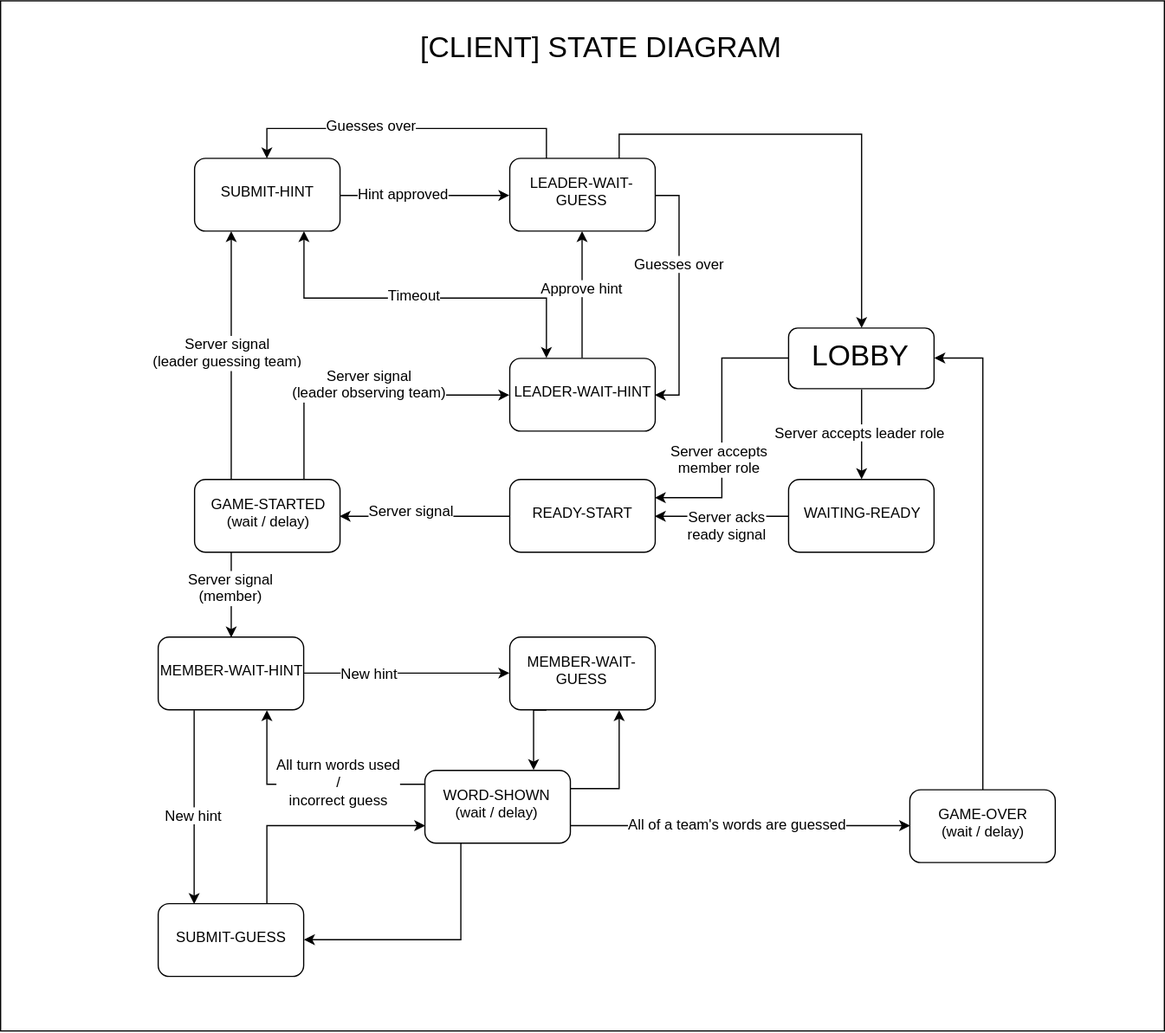
dasanchez/mindfields keeps this draw.io diagram as docs/UML/client/client-states.svg. Above is the earlier version. Source tidied: cells renumbered, new cells last; positions are measured from the earlier drawing's top-left corner, leaving out a move shared by most shapes.
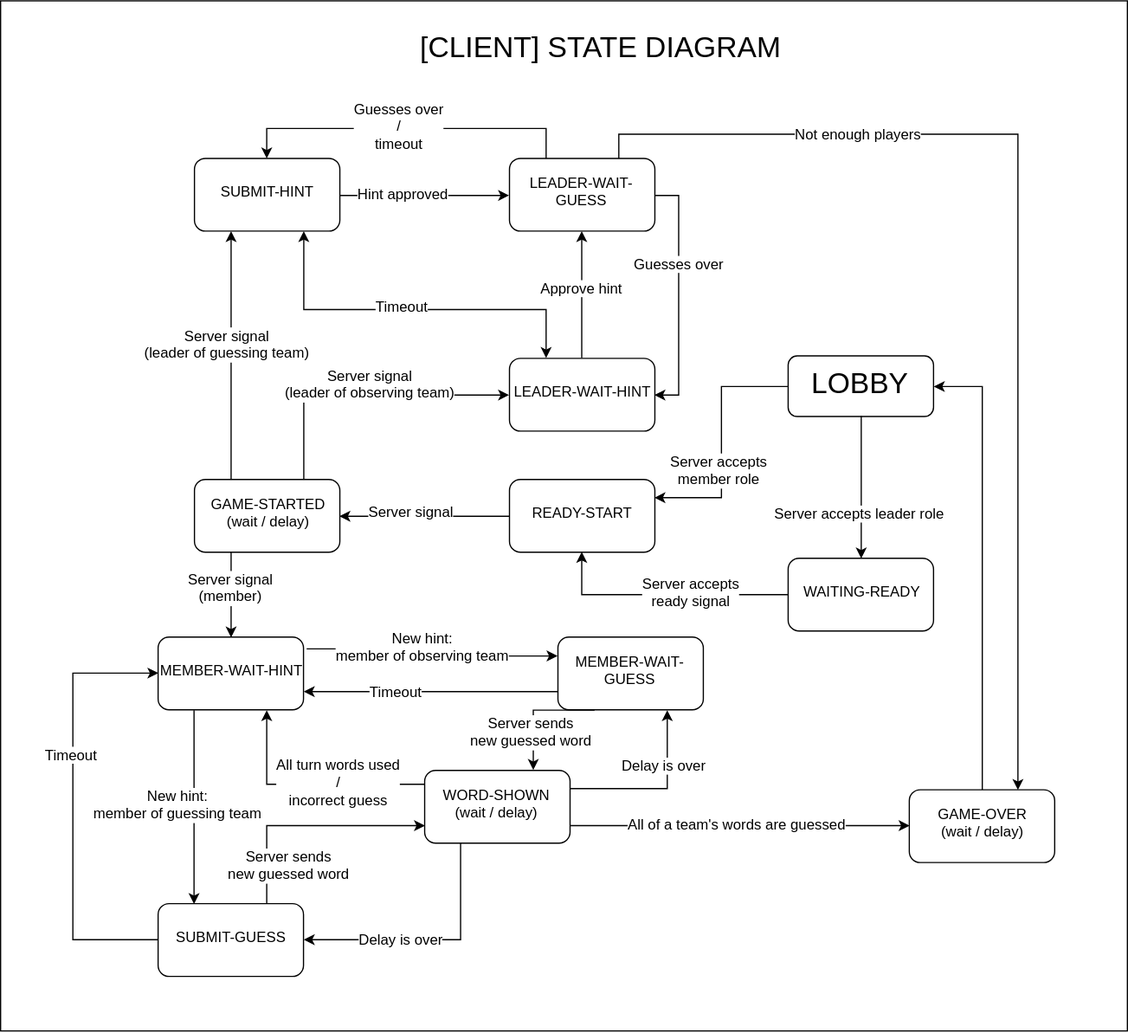
The same file after the commit.

Commit message:
Updated client states diagram

The edit, as a diff of the source:
```diff
@@ -3,7 +3,7 @@
     <mxCell id="0" />
     <mxCell id="1" parent="0" />
     <mxCell id="2" style="rounded=0;whiteSpace=wrap;html=1;fontSize=24;" parent="1" vertex="1">
-      <mxGeometry width="960" height="850" as="geometry" />
+      <mxGeometry width="930" height="850" as="geometry" />
     </mxCell>
     <mxCell id="3" style="edgeStyle=orthogonalEdgeStyle;rounded=0;html=1;exitX=0;exitY=0.5;entryX=1;entryY=0.25;startArrow=none;startFill=0;jettySize=auto;fontSize=12;" parent="1" edge="1" source="5" target="19">
       <mxGeometry relative="1" as="geometry" />
@@ -12,13 +12,13 @@
       <mxGeometry x="0.24" y="-2" relative="1" as="geometry" />
     </mxCell>
     <mxCell id="5" value="&lt;font style=&quot;font-size: 24px&quot;&gt;LOBBY&lt;/font&gt;" style="rounded=1;whiteSpace=wrap;html=1;" parent="1" vertex="1">
-      <mxGeometry x="650" y="270" width="120" height="50" as="geometry" />
+      <mxGeometry x="650" y="293" width="120" height="50" as="geometry" />
     </mxCell>
     <mxCell id="6" value="[CLIENT] STATE DIAGRAM" style="text;html=1;strokeColor=none;fillColor=none;align=center;verticalAlign=middle;whiteSpace=wrap;rounded=0;fontSize=24;" parent="1" vertex="1">
       <mxGeometry x="330" y="25" width="330" height="30" as="geometry" />
     </mxCell>
-    <mxCell id="7" value="Server signal&lt;br&gt;(leader guessing team)" style="edgeStyle=orthogonalEdgeStyle;rounded=0;html=1;exitX=0.25;exitY=0;entryX=0.25;entryY=1;jettySize=auto;fontSize=12;" parent="1" edge="1" source="12" target="15">
-      <mxGeometry relative="1" as="geometry" />
+    <mxCell id="7" value="Server signal&lt;br&gt;(leader of guessing team)" style="edgeStyle=orthogonalEdgeStyle;rounded=0;html=1;exitX=0.25;exitY=0;entryX=0.25;entryY=1;jettySize=auto;fontSize=12;" parent="1" edge="1" source="12" target="15">
+      <mxGeometry x="0.07" relative="1" as="geometry" />
     </mxCell>
     <mxCell id="8" style="edgeStyle=orthogonalEdgeStyle;rounded=0;html=1;exitX=0.25;exitY=1;entryX=0.5;entryY=0;jettySize=auto;fontSize=12;" parent="1" edge="1" source="12" target="27">
       <mxGeometry relative="1" as="geometry" />
@@ -31,7 +31,7 @@
     <mxCell id="10" style="edgeStyle=orthogonalEdgeStyle;rounded=0;html=1;exitX=0.75;exitY=0;entryX=0;entryY=0.5;jettySize=auto;fontSize=12;" parent="1" edge="1" source="12" target="32">
       <mxGeometry relative="1" as="geometry" />
     </mxCell>
-    <mxCell id="11" value="Server signal&lt;br&gt;(leader observing team)" style="text;html=1;align=center;verticalAlign=middle;labelBackgroundColor=#ffffff;fontSize=12;" parent="10" vertex="1">
+    <mxCell id="11" value="Server signal&lt;br&gt;(leader of observing team)" style="text;html=1;align=center;verticalAlign=middle;labelBackgroundColor=#ffffff;fontSize=12;" parent="10" vertex="1">
       <mxGeometry x="0.01" y="-2" relative="1" as="geometry">
         <mxPoint x="5.5" y="-9.5" as="offset" />
       </mxGeometry>
@@ -48,8 +48,11 @@
     <mxCell id="15" value="SUBMIT-HINT" style="rounded=1;whiteSpace=wrap;html=1;" parent="1" vertex="1">
       <mxGeometry x="160" y="130" width="120" height="60" as="geometry" />
     </mxCell>
-    <mxCell id="16" value="Server accepts leader role" style="edgeStyle=orthogonalEdgeStyle;rounded=0;html=1;exitX=0.5;exitY=1;entryX=0.5;entryY=0;jettySize=auto;fontSize=12;" parent="1" edge="1" source="5" target="22">
-      <mxGeometry relative="1" as="geometry" />
+    <mxCell id="16" value="Server accepts leader role" style="edgeStyle=orthogonalEdgeStyle;rounded=0;html=1;exitX=0.5;exitY=1;entryX=0.5;entryY=0;jettySize=auto;orthogonalLoop=1;fontSize=12;" parent="1" edge="1">
+      <mxGeometry x="0.4" relative="1" as="geometry">
+        <mxPoint x="710.3" y="342.7" as="sourcePoint" />
+        <mxPoint x="710.3" y="460.2" as="targetPoint" />
+      </mxGeometry>
     </mxCell>
     <mxCell id="17" style="edgeStyle=orthogonalEdgeStyle;rounded=0;html=1;exitX=0;exitY=0.5;entryX=1;entryY=0.5;startArrow=none;startFill=0;jettySize=auto;fontSize=12;" parent="1" edge="1" source="19" target="12">
       <mxGeometry relative="1" as="geometry" />
@@ -60,29 +63,31 @@
     <mxCell id="19" value="READY-START" style="rounded=1;whiteSpace=wrap;html=1;" parent="1" vertex="1">
       <mxGeometry x="420" y="395" width="120" height="60" as="geometry" />
     </mxCell>
-    <mxCell id="20" style="edgeStyle=orthogonalEdgeStyle;rounded=0;html=1;exitX=0;exitY=0.5;entryX=1;entryY=0.5;startArrow=none;startFill=0;jettySize=auto;fontSize=12;" parent="1" edge="1" source="22" target="19">
+    <mxCell id="20" style="edgeStyle=orthogonalEdgeStyle;rounded=0;html=1;exitX=0;exitY=0.5;entryX=0.5;entryY=1;startArrow=none;startFill=0;jettySize=auto;fontSize=12;" parent="1" edge="1" source="22" target="19">
       <mxGeometry relative="1" as="geometry" />
     </mxCell>
-    <mxCell id="21" value="Server acks&lt;br&gt;ready signal" style="text;html=1;align=center;verticalAlign=middle;labelBackgroundColor=#ffffff;fontSize=12;" parent="20" vertex="1">
+    <mxCell id="21" value="Server accepts&lt;br&gt;ready signal" style="text;html=1;align=center;verticalAlign=middle;labelBackgroundColor=#ffffff;fontSize=12;" parent="20" vertex="1">
       <mxGeometry x="-0.33" y="6" relative="1" as="geometry">
-        <mxPoint x="-13" y="4" as="offset" />
+        <mxPoint x="-11" y="-6" as="offset" />
       </mxGeometry>
     </mxCell>
     <mxCell id="22" value="WAITING-READY" style="rounded=1;whiteSpace=wrap;html=1;" parent="1" vertex="1">
-      <mxGeometry x="650" y="395" width="120" height="60" as="geometry" />
+      <mxGeometry x="650" y="460" width="120" height="60" as="geometry" />
     </mxCell>
-    <mxCell id="23" style="edgeStyle=orthogonalEdgeStyle;rounded=0;html=1;exitX=1;exitY=0.5;entryX=0;entryY=0.5;startArrow=none;startFill=0;jettySize=auto;fontSize=12;" parent="1" edge="1" source="27" target="42">
+    <mxCell id="23" style="edgeStyle=orthogonalEdgeStyle;rounded=0;html=1;exitX=1.017;exitY=0.169;entryX=0;entryY=0.25;startArrow=none;startFill=0;jettySize=auto;fontSize=12;exitPerimeter=0;" parent="1" edge="1" source="27" target="42">
       <mxGeometry relative="1" as="geometry" />
     </mxCell>
-    <mxCell id="24" value="New hint" style="text;html=1;align=center;verticalAlign=middle;labelBackgroundColor=#ffffff;fontSize=12;" parent="23" vertex="1">
-      <mxGeometry x="-0.36" y="-2" relative="1" as="geometry" />
+    <mxCell id="24" value="New hint:&lt;br&gt;member of observing team" style="text;html=1;align=center;verticalAlign=middle;labelBackgroundColor=#ffffff;fontSize=12;" parent="23" vertex="1">
+      <mxGeometry x="-0.36" y="-2" relative="1" as="geometry">
+        <mxPoint x="29.5" y="-2" as="offset" />
+      </mxGeometry>
     </mxCell>
     <mxCell id="25" style="edgeStyle=orthogonalEdgeStyle;rounded=0;html=1;exitX=0.25;exitY=1;entryX=0.25;entryY=0;startArrow=none;startFill=0;jettySize=auto;fontSize=12;" parent="1" edge="1" source="27" target="40">
       <mxGeometry relative="1" as="geometry" />
     </mxCell>
-    <mxCell id="26" value="New hint" style="text;html=1;align=center;verticalAlign=middle;labelBackgroundColor=#ffffff;fontSize=12;" parent="25" vertex="1">
+    <mxCell id="26" value="New hint:&lt;br&gt;member of guessing team" style="text;html=1;align=center;verticalAlign=middle;labelBackgroundColor=#ffffff;fontSize=12;" parent="25" vertex="1">
       <mxGeometry y="3" relative="1" as="geometry">
-        <mxPoint x="-3" y="8" as="offset" />
+        <mxPoint x="-13" as="offset" />
       </mxGeometry>
     </mxCell>
     <mxCell id="27" value="MEMBER-WAIT-HINT" style="rounded=1;whiteSpace=wrap;html=1;" parent="1" vertex="1">
@@ -99,8 +104,8 @@
     <mxCell id="30" style="edgeStyle=orthogonalEdgeStyle;rounded=0;html=1;exitX=0.25;exitY=0;jettySize=auto;fontSize=12;startArrow=classic;startFill=1;entryX=0.75;entryY=1;" parent="1" edge="1" source="32" target="15">
       <mxGeometry relative="1" as="geometry">
         <Array as="points">
-          <mxPoint x="450" y="245" />
-          <mxPoint x="250" y="245" />
+          <mxPoint x="450" y="255" />
+          <mxPoint x="250" y="255" />
         </Array>
       </mxGeometry>
     </mxCell>
@@ -126,12 +131,17 @@
         </Array>
       </mxGeometry>
     </mxCell>
-    <mxCell id="36" value="Guesses over" style="text;html=1;align=center;verticalAlign=middle;labelBackgroundColor=#ffffff;fontSize=12;" parent="35" vertex="1">
-      <mxGeometry x="0.2" y="-1" relative="1" as="geometry" />
+    <mxCell id="36" value="Guesses over&lt;br&gt;/ &lt;br&gt;timeout" style="text;html=1;align=center;verticalAlign=middle;labelBackgroundColor=#ffffff;fontSize=12;" parent="35" vertex="1">
+      <mxGeometry x="0.2" y="-1" relative="1" as="geometry">
+        <mxPoint x="23" y="1" as="offset" />
+      </mxGeometry>
     </mxCell>
-    <mxCell id="37" style="edgeStyle=orthogonalEdgeStyle;rounded=0;html=1;exitX=0.75;exitY=0;entryX=0.5;entryY=0;startArrow=none;startFill=0;jettySize=auto;fontSize=12;" parent="1" edge="1" source="38" target="5">
-      <mxGeometry relative="1" as="geometry" />
-    </mxCell>
+    <mxCell id="52" style="edgeStyle=orthogonalEdgeStyle;rounded=0;html=1;exitX=0.75;exitY=0;entryX=0.75;entryY=0;startArrow=none;startFill=0;jettySize=auto;fontSize=12;" parent="1" edge="1" source="38" target="51">
+      <mxGeometry relative="1" as="geometry" />
+    </mxCell>
+    <mxCell id="53" value="Not enough players" style="text;html=1;align=center;verticalAlign=middle;labelBackgroundColor=#ffffff;fontSize=12;" parent="52" vertex="1">
+      <mxGeometry x="-0.51" y="-1" relative="1" as="geometry" />
+    </mxCell>
     <mxCell id="38" value="LEADER-WAIT-GUESS" style="rounded=1;whiteSpace=wrap;html=1;" parent="1" vertex="1">
       <mxGeometry x="420" y="130" width="120" height="60" as="geometry" />
     </mxCell>
@@ -142,6 +152,21 @@
         </Array>
       </mxGeometry>
     </mxCell>
+    <mxCell id="54" value="Server sends&lt;br&gt;new guessed word" style="text;html=1;align=center;verticalAlign=middle;labelBackgroundColor=#ffffff;fontSize=12;" parent="39" vertex="1">
+      <mxGeometry x="-0.35" y="-34" relative="1" as="geometry">
+        <mxPoint x="-14" y="33" as="offset" />
+      </mxGeometry>
+    </mxCell>
+    <mxCell id="55" value="Timeout" style="edgeStyle=orthogonalEdgeStyle;rounded=0;html=1;exitX=0;exitY=0.5;entryX=0;entryY=0.5;startArrow=none;startFill=0;jettySize=auto;orthogonalLoop=1;fontSize=12;" parent="1" edge="1">
+      <mxGeometry x="0.22" relative="1" as="geometry">
+        <mxPoint x="130.3" y="775.2" as="sourcePoint" />
+        <mxPoint x="130.3" y="555.2" as="targetPoint" />
+        <Array as="points">
+          <mxPoint x="60" y="775" />
+          <mxPoint x="60" y="555" />
+        </Array>
+      </mxGeometry>
+    </mxCell>
     <mxCell id="40" value="SUBMIT-GUESS" style="rounded=1;whiteSpace=wrap;html=1;" parent="1" vertex="1">
       <mxGeometry x="130" y="745" width="120" height="60" as="geometry" />
     </mxCell>
@@ -152,12 +177,28 @@
         </Array>
       </mxGeometry>
     </mxCell>
+    <mxCell id="56" value="Server sends&lt;br&gt;new guessed word" style="text;html=1;align=center;verticalAlign=middle;labelBackgroundColor=#ffffff;fontSize=12;" parent="41" vertex="1">
+      <mxGeometry x="-0.08" y="9" relative="1" as="geometry">
+        <mxPoint x="-4.5" y="10.5" as="offset" />
+      </mxGeometry>
+    </mxCell>
+    <mxCell id="57" style="edgeStyle=orthogonalEdgeStyle;rounded=0;html=1;exitX=0;exitY=0.75;entryX=1;entryY=0.75;startArrow=none;startFill=0;jettySize=auto;fontSize=12;" parent="1" edge="1" source="42" target="27">
+      <mxGeometry relative="1" as="geometry" />
+    </mxCell>
+    <mxCell id="58" value="Timeout" style="text;html=1;align=center;verticalAlign=middle;labelBackgroundColor=#ffffff;fontSize=12;" parent="57" vertex="1">
+      <mxGeometry x="0.27" y="1" relative="1" as="geometry" />
+    </mxCell>
     <mxCell id="42" value="MEMBER-WAIT-GUESS" style="rounded=1;whiteSpace=wrap;html=1;" parent="1" vertex="1">
-      <mxGeometry x="420" y="525" width="120" height="60" as="geometry" />
+      <mxGeometry x="460" y="525" width="120" height="60" as="geometry" />
     </mxCell>
     <mxCell id="43" style="edgeStyle=orthogonalEdgeStyle;rounded=0;html=1;exitX=0.25;exitY=1;entryX=1;entryY=0.5;startArrow=none;startFill=0;jettySize=auto;fontSize=12;" parent="1" edge="1" source="50" target="40">
       <mxGeometry relative="1" as="geometry" />
     </mxCell>
+    <mxCell id="59" value="Delay is over" style="text;html=1;align=center;verticalAlign=middle;labelBackgroundColor=#ffffff;fontSize=12;" parent="43" vertex="1">
+      <mxGeometry x="-0.24" y="-28" relative="1" as="geometry">
+        <mxPoint x="-49.5" y="28.5" as="offset" />
+      </mxGeometry>
+    </mxCell>
     <mxCell id="44" style="edgeStyle=orthogonalEdgeStyle;rounded=0;html=1;exitX=0;exitY=0.25;entryX=0.75;entryY=1;startArrow=none;startFill=0;jettySize=auto;fontSize=12;" parent="1" edge="1" source="50" target="27">
       <mxGeometry relative="1" as="geometry">
         <Array as="points">
@@ -174,6 +215,9 @@
     <mxCell id="46" style="edgeStyle=orthogonalEdgeStyle;rounded=0;html=1;exitX=1;exitY=0.25;entryX=0.75;entryY=1;startArrow=none;startFill=0;jettySize=auto;fontSize=12;" parent="1" edge="1" source="50" target="42">
       <mxGeometry relative="1" as="geometry" />
     </mxCell>
+    <mxCell id="60" value="Delay is over" style="text;html=1;align=center;verticalAlign=middle;labelBackgroundColor=#ffffff;fontSize=12;" parent="46" vertex="1">
+      <mxGeometry x="0.07" y="18" relative="1" as="geometry" />
+    </mxCell>
     <mxCell id="47" style="edgeStyle=orthogonalEdgeStyle;rounded=0;html=1;exitX=1;exitY=0.75;startArrow=none;startFill=0;jettySize=auto;fontSize=12;entryX=0;entryY=0.5;" parent="1" edge="1" source="50" target="51">
       <mxGeometry relative="1" as="geometry" />
     </mxCell>
@@ -185,7 +229,7 @@
     <mxCell id="49" style="edgeStyle=orthogonalEdgeStyle;rounded=0;html=1;exitX=0.5;exitY=0;entryX=1;entryY=0.5;startArrow=none;startFill=0;jettySize=auto;fontSize=12;" parent="1" edge="1" source="51" target="5">
       <mxGeometry relative="1" as="geometry">
         <Array as="points">
-          <mxPoint x="810" y="295" />
+          <mxPoint x="810" y="318" />
         </Array>
       </mxGeometry>
     </mxCell>
```
